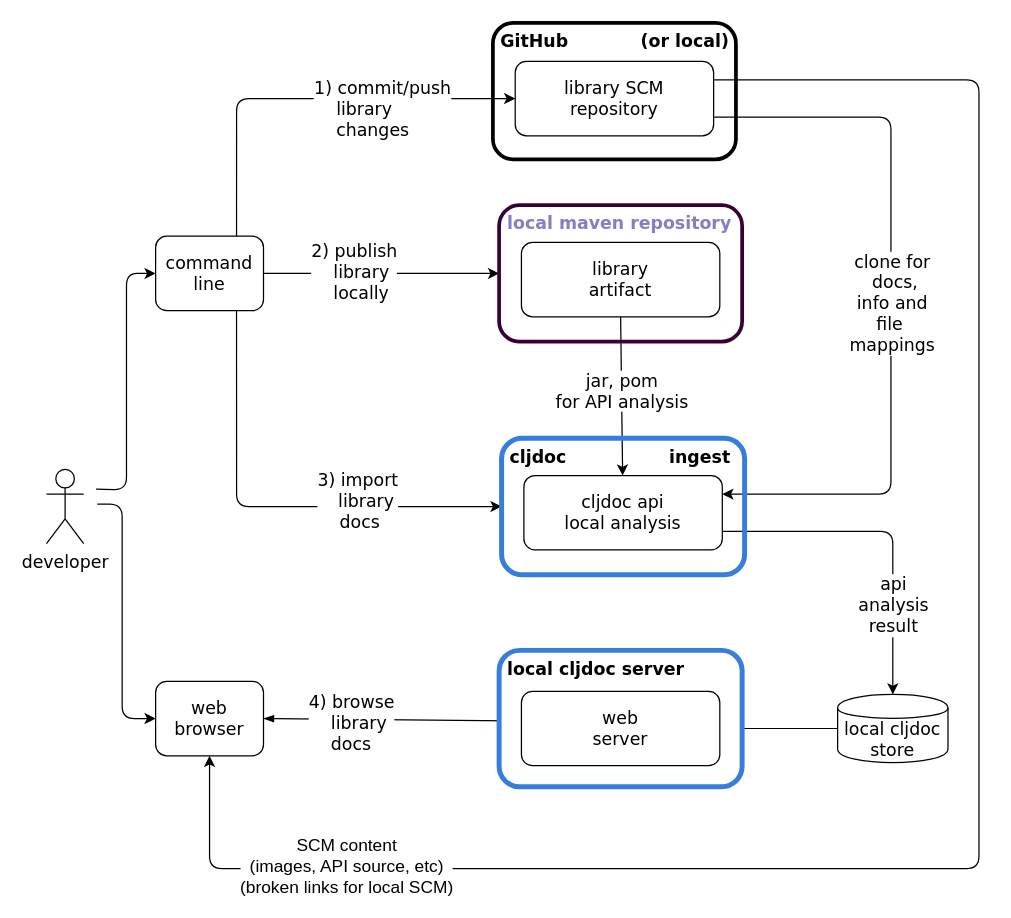
Before: doc/running-local.drawio in cljdoc/cljdoc, a draw.io diagram. Source tidied: cells renumbered, new cells numbered last; positions are measured from the earlier drawing's top-left corner, leaving out a move shared by most shapes. Both pictures are drawn from the tidied source at 124%, with x=0, y=0 at pixel (46, 22).
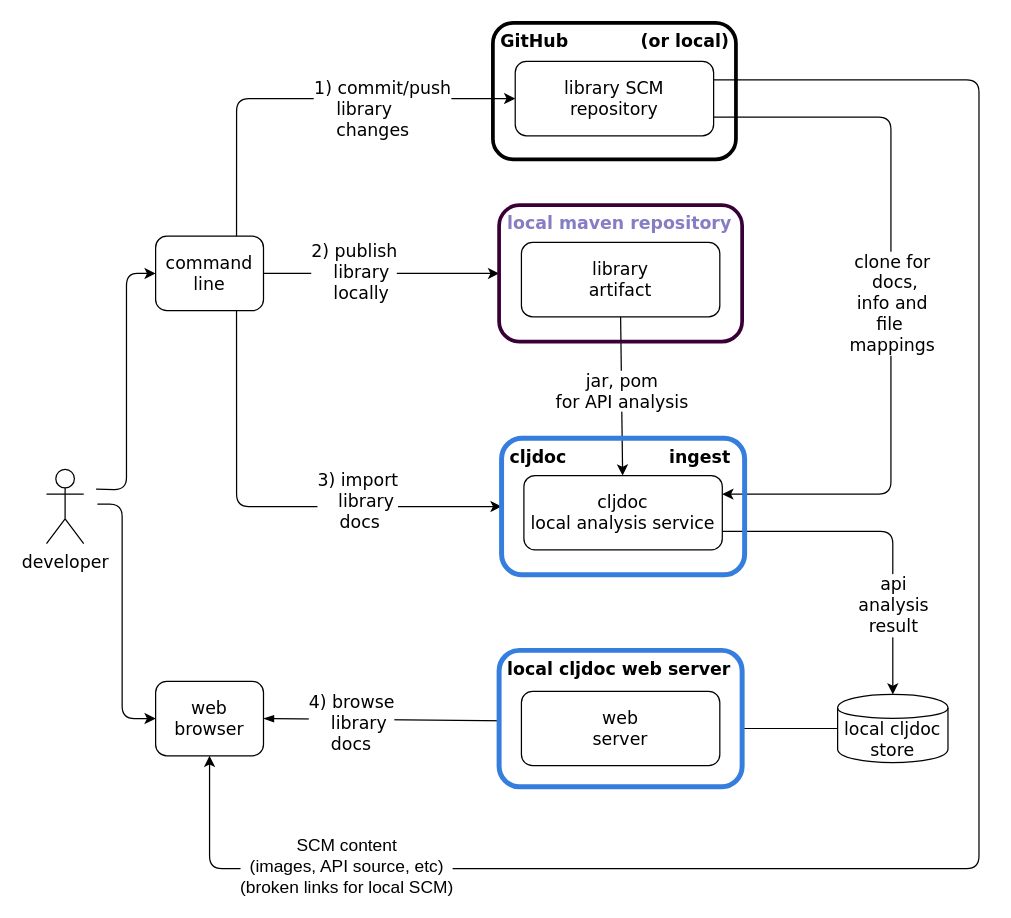
The same page after the edit.

Commit message (it also covers changes not shown here):
Update running cljdoc locally docs

The change refers to these unchanged cells:
```xml
<mxCell id="33" style="group;" parent="1" vertex="1">
  <mxGeometry x="365" y="506" width="196" height="110" as="geometry" />
</mxCell>
```

Diff of the diagram source:
```diff
@@
-    <mxCell id="32" value="cljdoc api&lt;br style=&quot;font-size: 14px&quot;&gt;local analysis" style="rounded=1;whiteSpace=wrap;html=1;fontFamily=Verdana;fontSize=14;" parent="1" vertex="1">
+    <mxCell id="32" value="cljdoc&lt;br style=&quot;font-size: 14px&quot;&gt;local analysis service" style="rounded=1;whiteSpace=wrap;html=1;fontFamily=Verdana;fontSize=14;" parent="1" vertex="1">
       <mxGeometry x="385" y="365" width="160" height="60" as="geometry" />
     </mxCell>
@@
-    <mxCell id="34" value="&lt;b&gt;&amp;nbsp;local cljdoc server&lt;/b&gt;" style="rounded=1;whiteSpace=wrap;html=1;align=left;horizontal=1;verticalAlign=top;fontFamily=Verdana;fontSize=14;strokeColor=#357edd;strokeWidth=4;" parent="33" vertex="1">
+    <mxCell id="34" value="&lt;b&gt;&amp;nbsp;local cljdoc web server&lt;/b&gt;" style="rounded=1;whiteSpace=wrap;html=1;align=left;horizontal=1;verticalAlign=top;fontFamily=Verdana;fontSize=14;strokeColor=#357edd;strokeWidth=4;" parent="33" vertex="1">
       <mxGeometry width="196" height="110" as="geometry" />
     </mxCell>
```
